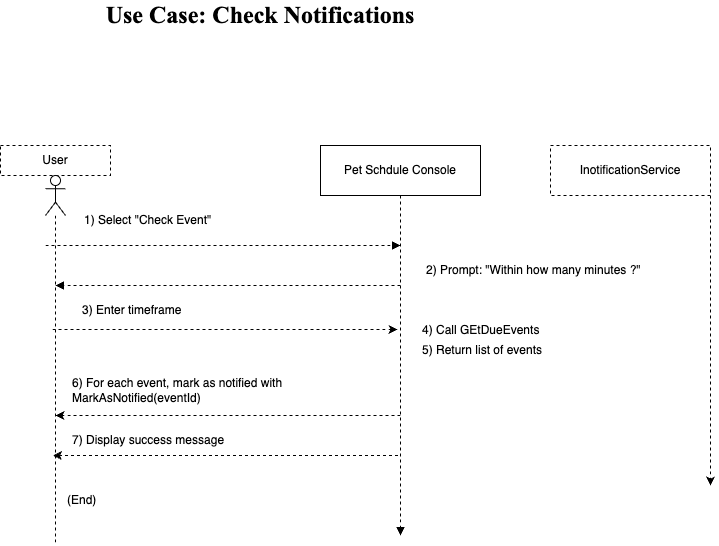
bromroy/CS690-PetSchedule.App keeps this draw.io diagram as Check Notifications Use Case.png. Above is the earlier version. Source tidied: cells renumbered, new cells last; positions are measured from the earlier drawing's top-left corner, leaving out a move shared by most shapes. Source of this version:
```xml
<mxGraphModel>
  <root>
    <mxCell id="0" />
    <mxCell id="1" parent="0" />
    <mxCell id="2" value="User" style="html=1;whiteSpace=wrap;dashed=1;" parent="1" vertex="1">
      <mxGeometry y="145" width="110" height="30" as="geometry" />
    </mxCell>
    <mxCell id="3" style="shape=umlLifeline;perimeter=lifelinePerimeter;whiteSpace=wrap;html=1;newEdgeStyle={&quot;curved&quot;:0,&quot;rounded&quot;:0};participant=umlActor;" parent="1" vertex="1">
      <mxGeometry x="45" y="175" width="20" height="370" as="geometry" />
    </mxCell>
    <mxCell id="4" value="Pet Schdule Console" style="html=1;whiteSpace=wrap;" parent="1" vertex="1">
      <mxGeometry x="320" y="145" width="160" height="50" as="geometry" />
    </mxCell>
    <mxCell id="5" style="html=1;verticalAlign=bottom;labelBackgroundColor=none;endArrow=block;endFill=1;dashed=1;exitX=0.5;exitY=1;exitDx=0;exitDy=0;" parent="1" edge="1" source="4">
      <mxGeometry relative="1" as="geometry">
        <mxPoint x="400" y="535" as="targetPoint" />
      </mxGeometry>
    </mxCell>
    <mxCell id="6" style="html=1;verticalAlign=bottom;labelBackgroundColor=none;endArrow=block;endFill=1;dashed=1;" parent="1" edge="1">
      <mxGeometry relative="1" as="geometry">
        <mxPoint x="45" y="245" as="sourcePoint" />
        <mxPoint x="400" y="245" as="targetPoint" />
      </mxGeometry>
    </mxCell>
    <mxCell id="7" value="1) Select &quot;Check Event&quot;" style="text;strokeColor=none;align=left;fillColor=none;html=1;verticalAlign=middle;whiteSpace=wrap;rounded=0;" parent="1" vertex="1">
      <mxGeometry x="82" y="205" width="170" height="30" as="geometry" />
    </mxCell>
    <mxCell id="8" style="html=1;verticalAlign=bottom;labelBackgroundColor=none;endArrow=block;endFill=1;dashed=1;" parent="1" edge="1">
      <mxGeometry relative="1" as="geometry">
        <mxPoint x="400" y="285" as="sourcePoint" />
        <mxPoint x="55" y="285" as="targetPoint" />
      </mxGeometry>
    </mxCell>
    <mxCell id="9" value="2) Prompt: &quot;Within how many minutes ?&quot;" style="text;strokeColor=none;align=left;fillColor=none;html=1;verticalAlign=middle;whiteSpace=wrap;rounded=0;" parent="1" vertex="1">
      <mxGeometry x="424" y="255" width="230" height="30" as="geometry" />
    </mxCell>
    <mxCell id="10" value="&lt;p style=&quot;margin: 0in; font-size: 12pt; font-family: &amp;quot;Times New Roman&amp;quot;, serif; color: rgb(0, 0, 0); text-align: start;&quot; class=&quot;MsoNormal&quot;&gt;&lt;b&gt;&lt;span style=&quot;font-size: 18pt;&quot;&gt;Use Case: Check Notifications&lt;/span&gt;&lt;/b&gt;&lt;/p&gt;" style="text;strokeColor=none;align=center;fillColor=none;html=1;verticalAlign=middle;whiteSpace=wrap;rounded=0;dashed=1;dashPattern=1 1;" parent="1" vertex="1">
      <mxGeometry x="60" width="400" height="30" as="geometry" />
    </mxCell>
    <mxCell id="11" value="3) Enter timeframe" style="text;strokeColor=none;align=left;fillColor=none;html=1;verticalAlign=middle;whiteSpace=wrap;rounded=0;" parent="1" vertex="1">
      <mxGeometry x="80" y="295" width="260" height="30" as="geometry" />
    </mxCell>
    <mxCell id="12" style="html=1;verticalAlign=bottom;labelBackgroundColor=none;endArrow=classic;endFill=1;dashed=1;" parent="1" edge="1">
      <mxGeometry relative="1" as="geometry">
        <mxPoint x="52" y="329" as="sourcePoint" />
        <mxPoint x="397" y="329" as="targetPoint" />
      </mxGeometry>
    </mxCell>
    <mxCell id="13" value="4) Call GEtDueEvents" style="text;strokeColor=none;align=left;fillColor=none;html=1;verticalAlign=middle;whiteSpace=wrap;rounded=0;" parent="1" vertex="1">
      <mxGeometry x="420" y="315" width="260" height="30" as="geometry" />
    </mxCell>
    <mxCell id="14" value="&lt;div&gt;&lt;span style=&quot;background-color: transparent;&quot;&gt;5) Return list of events&lt;/span&gt;&lt;br&gt;&lt;/div&gt;" style="text;strokeColor=none;align=left;fillColor=none;html=1;verticalAlign=middle;whiteSpace=wrap;rounded=0;" parent="1" vertex="1">
      <mxGeometry x="420" y="335" width="270" height="30" as="geometry" />
    </mxCell>
    <mxCell id="15" value="6) For each event, mark as notified with MarkAsNotified(eventId)" style="text;strokeColor=none;align=left;fillColor=none;html=1;verticalAlign=middle;whiteSpace=wrap;rounded=0;" parent="1" vertex="1">
      <mxGeometry x="70" y="375" width="330" height="30" as="geometry" />
    </mxCell>
    <mxCell id="16" style="html=1;verticalAlign=bottom;labelBackgroundColor=none;endArrow=classic;endFill=1;dashed=1;" parent="1" edge="1">
      <mxGeometry relative="1" as="geometry">
        <mxPoint x="397.5" y="455" as="sourcePoint" />
        <mxPoint x="52.5" y="455" as="targetPoint" />
      </mxGeometry>
    </mxCell>
    <mxCell id="17" value="&lt;span style=&quot;color: rgb(0, 0, 0);&quot;&gt;(End)&lt;/span&gt;" style="text;strokeColor=none;align=left;fillColor=none;html=1;verticalAlign=middle;whiteSpace=wrap;rounded=0;" parent="1" vertex="1">
      <mxGeometry x="65" y="485" width="310" height="30" as="geometry" />
    </mxCell>
    <mxCell id="18" style="edgeStyle=none;html=1;exitX=1;exitY=1;exitDx=0;exitDy=0;dashed=1;" parent="1" edge="1" source="19">
      <mxGeometry relative="1" as="geometry">
        <mxPoint x="710" y="485" as="targetPoint" />
      </mxGeometry>
    </mxCell>
    <mxCell id="19" value="InotificationService" style="html=1;whiteSpace=wrap;dashed=1;" parent="1" vertex="1">
      <mxGeometry x="550" y="145" width="160" height="50" as="geometry" />
    </mxCell>
    <mxCell id="20" value="7) Display success message" style="text;strokeColor=none;align=left;fillColor=none;html=1;verticalAlign=middle;whiteSpace=wrap;rounded=0;" parent="1" vertex="1">
      <mxGeometry x="70" y="425" width="310" height="30" as="geometry" />
    </mxCell>
    <mxCell id="21" style="html=1;verticalAlign=bottom;labelBackgroundColor=none;endArrow=classic;endFill=1;dashed=1;" parent="1" edge="1">
      <mxGeometry relative="1" as="geometry">
        <mxPoint x="400" y="415" as="sourcePoint" />
        <mxPoint x="55" y="415" as="targetPoint" />
      </mxGeometry>
    </mxCell>
  </root>
</mxGraphModel>
```
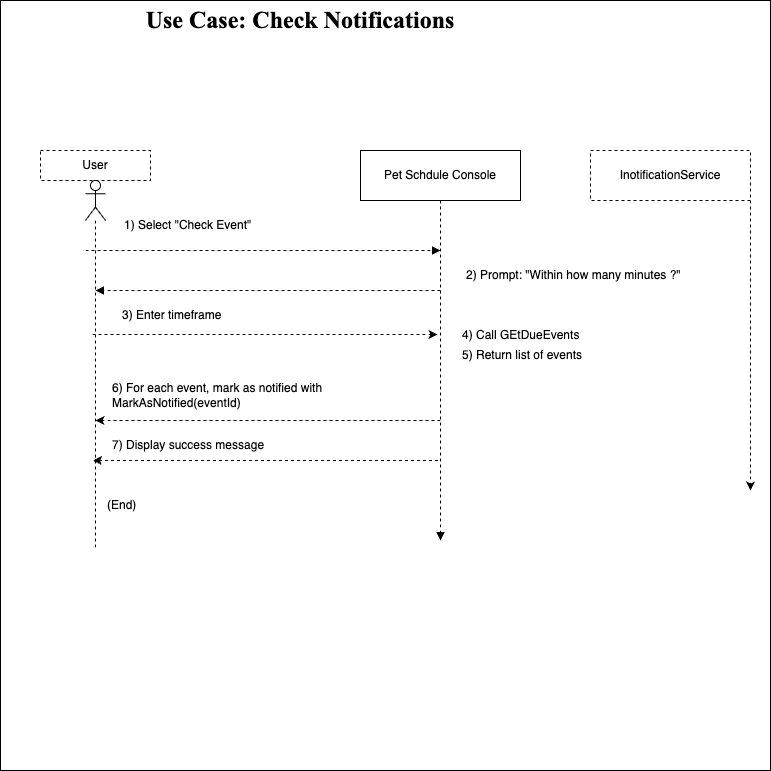
The same diagram one commit later.

Diff of the diagram source:
```diff
@@ -2,6 +2,9 @@
   <root>
     <mxCell id="0" />
     <mxCell id="1" parent="0" />
+    <mxCell id="22" style="whiteSpace=wrap;html=1;" parent="1" vertex="1">
+      <mxGeometry x="-40" y="-5" width="770" height="770" as="geometry" />
+    </mxCell>
     <mxCell id="2" value="User" style="html=1;whiteSpace=wrap;dashed=1;" parent="1" vertex="1">
       <mxGeometry y="145" width="110" height="30" as="geometry" />
     </mxCell>
```
